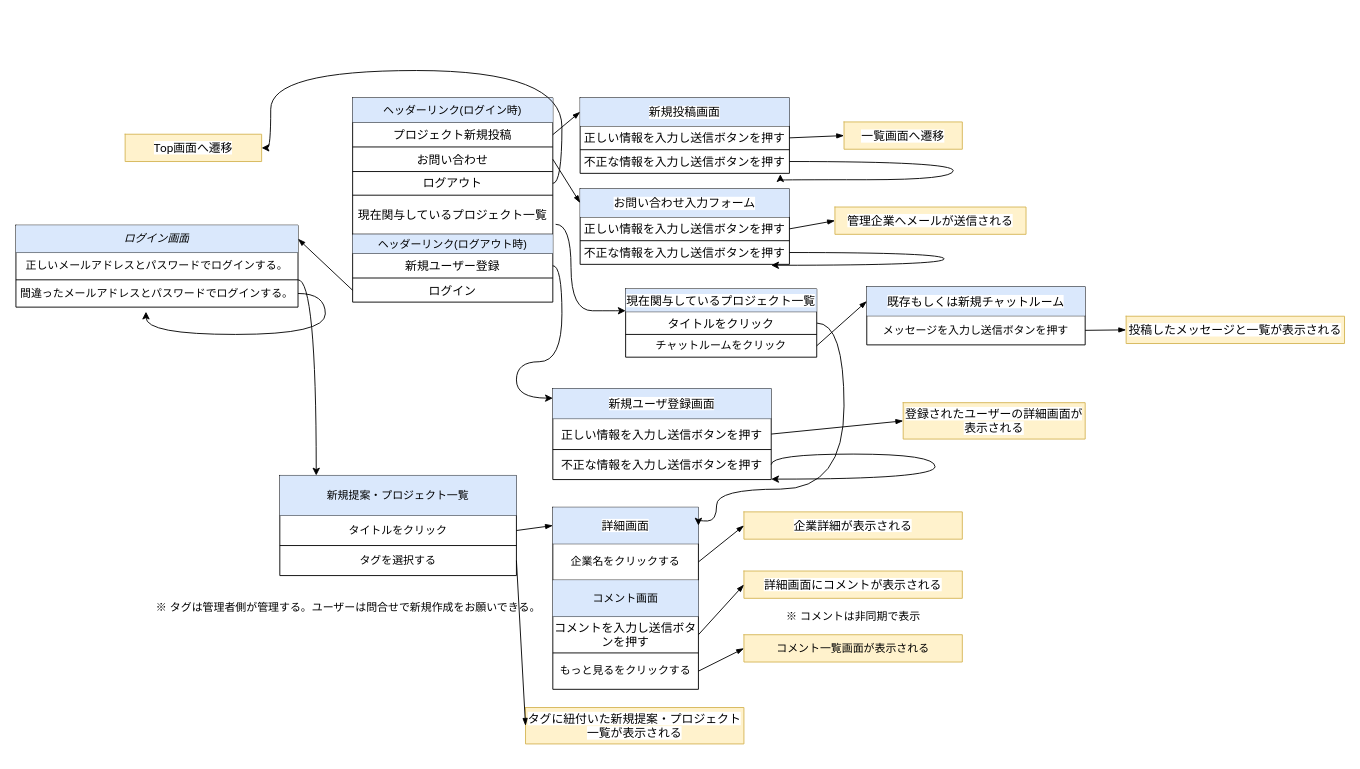
The draw.io diagram page "画面遷移図" (1 of 2) of 名称未設定ファイル.drawio in Sec-il-n/dic_guraduate_parts, before the edit. Source tidied: cells renumbered, new cells numbered last; positions are measured from the earlier drawing's top-left corner, leaving out a move shared by most shapes. Both pictures are drawn from the tidied source at 91%, with x=0, y=0 at pixel (15, 70).
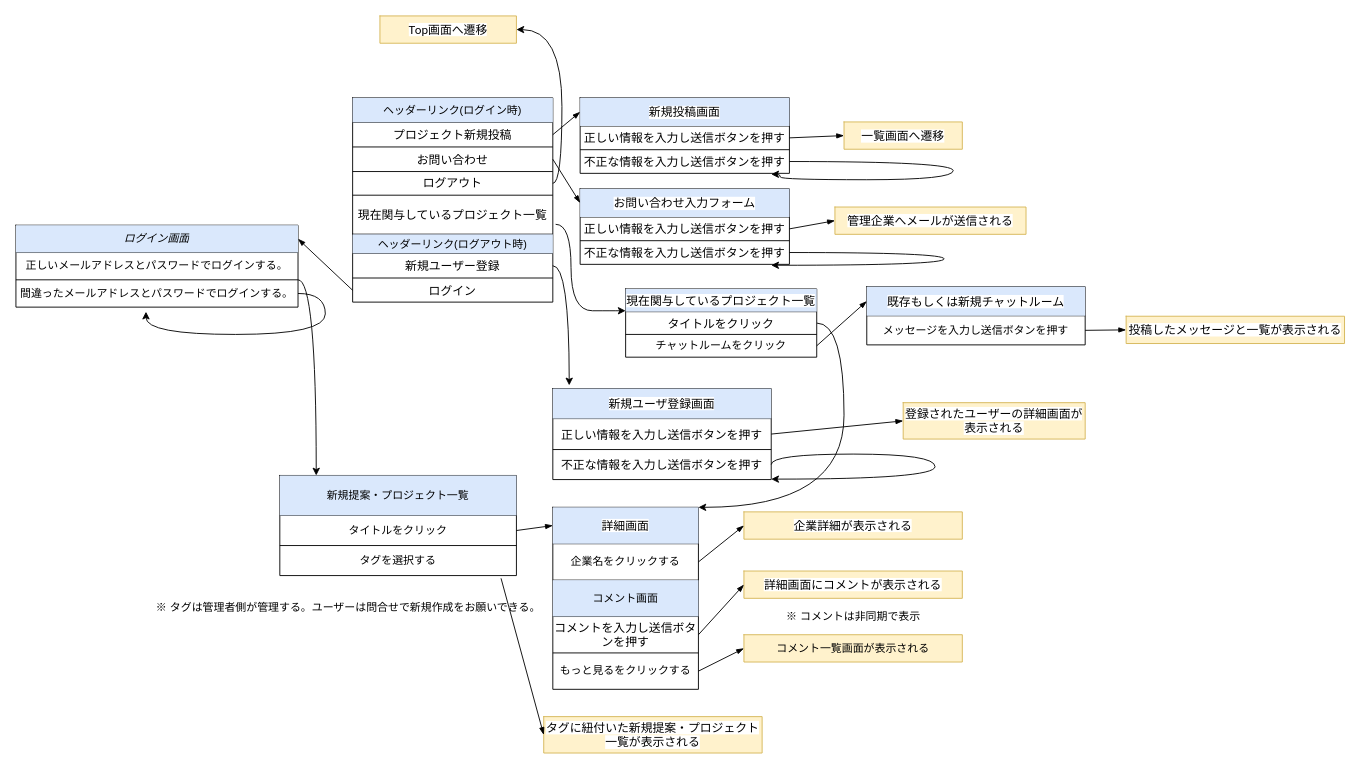
After the change.

Commit message (it also covers changes not shown here):
名称未設定ファイル.drawio を更新します

Unchanged cells that the change refers to:
```xml
<mxCell id="16" style="shape=partialRectangle;html=1;whiteSpace=wrap;fillColor=none;top=0;left=0;bottom=0;right=0;points=[[0,0.5],[1,0.5]];portConstraint=eastwest;" parent="11" vertex="1">
  <mxGeometry y="77" width="260" height="33" as="geometry" />
</mxCell>
<mxCell id="19" style="shape=partialRectangle;html=1;whiteSpace=wrap;fillColor=none;top=0;left=0;bottom=0;right=0;points=[[0,0.5],[1,0.5]];portConstraint=eastwest;" parent="18" vertex="1">
  <mxGeometry width="160" height="40" as="geometry" />
</mxCell>
<mxCell id="39" style="shape=partialRectangle;html=1;whiteSpace=wrap;fillColor=none;top=0;left=0;bottom=0;right=0;points=[[0,0.5],[1,0.5]];portConstraint=eastwest;" parent="32" vertex="1">
  <mxGeometry y="81" width="220" height="26" as="geometry" />
</mxCell>
<mxCell id="48" style="shape=partialRectangle;html=1;whiteSpace=wrap;fillColor=none;top=0;left=0;bottom=0;right=0;points=[[0,0.5],[1,0.5]];portConstraint=eastwest;" parent="43" vertex="1">
  <mxGeometry y="57" width="230" height="26" as="geometry" />
</mxCell>
<mxCell id="65" style="shape=partialRectangle;html=1;whiteSpace=wrap;fillColor=none;top=0;left=0;bottom=0;right=0;points=[[0,0.5],[1,0.5]];portConstraint=eastwest;" parent="64" vertex="1">
  <mxGeometry width="150" height="30" as="geometry" />
</mxCell>
<mxCell id="71" style="shape=partialRectangle;html=1;whiteSpace=wrap;fillColor=none;top=0;left=0;bottom=0;right=0;points=[[0,0.5],[1,0.5]];portConstraint=eastwest;" parent="68" vertex="1">
  <mxGeometry y="25" width="210" height="25" as="geometry" />
</mxCell>
<mxCell id="76" style="shape=partialRectangle;html=1;whiteSpace=wrap;fillColor=none;top=0;left=0;bottom=0;right=0;points=[[0,0.5],[1,0.5]];portConstraint=eastwest;" parent="75" vertex="1">
  <mxGeometry width="240" height="33" as="geometry" />
</mxCell>
<mxCell id="86" style="shape=partialRectangle;html=1;whiteSpace=wrap;fillColor=none;top=0;left=0;bottom=0;right=0;points=[[0,0.5],[1,0.5]];portConstraint=eastwest;" parent="85" vertex="1">
  <mxGeometry width="240" height="40" as="geometry" />
</mxCell>
<mxCell id="101" style="shape=partialRectangle;html=1;whiteSpace=wrap;fillColor=none;top=0;left=0;bottom=0;right=0;points=[[0,0.5],[1,0.5]];portConstraint=eastwest;" parent="98" vertex="1">
  <mxGeometry y="21" width="220" height="27" as="geometry" />
</mxCell>
```

Diff of the diagram source:
```diff
@@
     <mxCell id="64" style="shape=table;html=1;whiteSpace=wrap;startSize=0;childLayout=tableLayout;fillColor=#fff2cc;strokeColor=#d6b656;" parent="1" vertex="1">
-      <mxGeometry x="120" y="70" width="150" height="30" as="geometry" />
+      <mxGeometry x="400" y="-60" width="150" height="30" as="geometry" />
     </mxCell>
@@
-    <mxCell id="67" style="edgeStyle=orthogonalEdgeStyle;curved=1;jettySize=auto;html=1;exitX=1;exitY=0.5;exitDx=0;exitDy=0;entryX=1;entryY=0.5;entryDx=0;entryDy=0;" parent="1" edge="1" source="71" target="19">
+    <mxCell id="67" style="edgeStyle=orthogonalEdgeStyle;curved=1;jettySize=auto;html=1;exitX=1;exitY=0.5;exitDx=0;exitDy=0;" parent="1" edge="1" source="71" target="19">
       <mxGeometry relative="1" as="geometry">
         <Array as="points">
           <mxPoint x="910" y="278" />
-          <mxPoint x="910" y="460" />
-          <mxPoint x="770" y="460" />
-          <mxPoint x="770" y="495" />
-          <mxPoint x="750" y="495" />
+          <mxPoint x="910" y="480" />
         </Array>
       </mxGeometry>
     </mxCell>
@@
     <mxCell id="85" style="shape=table;html=1;whiteSpace=wrap;startSize=0;childLayout=tableLayout;fillColor=#fff2cc;strokeColor=#d6b656;" parent="1" vertex="1">
-      <mxGeometry x="560" y="700" width="240" height="40" as="geometry" />
+      <mxGeometry x="580" y="710" width="240" height="40" as="geometry" />
     </mxCell>
@@
-    <mxCell id="88" style="edgeStyle=none;jettySize=auto;html=1;exitX=0;exitY=0.5;exitDx=0;exitDy=0;entryX=1;entryY=0.5;entryDx=0;entryDy=0;startArrow=blockThin;startFill=1;endArrow=none;endFill=0;" parent="1" edge="1" source="86" target="16">
+    <mxCell id="88" style="edgeStyle=none;jettySize=auto;html=1;exitX=0;exitY=0.5;exitDx=0;exitDy=0;entryX=0.935;entryY=1.091;entryDx=0;entryDy=0;startArrow=blockThin;startFill=1;endArrow=none;endFill=0;entryPerimeter=0;" parent="1" edge="1" source="86" target="16">
       <mxGeometry relative="1" as="geometry" />
     </mxCell>
@@
     <mxCell id="95" style="edgeStyle=orthogonalEdgeStyle;curved=1;jettySize=auto;html=1;exitX=1;exitY=0.5;exitDx=0;exitDy=0;" parent="1" edge="1" source="48">
       <mxGeometry relative="1" as="geometry">
-        <mxPoint x="840" y="114" as="targetPoint" />
+        <mxPoint x="830" y="114" as="targetPoint" />
         <Array as="points">
           <mxPoint x="1030" y="100" />
           <mxPoint x="1030" y="120" />
           <mxPoint x="840" y="120" />
         </Array>
       </mxGeometry>
     </mxCell>
@@
     <mxCell id="105" style="edgeStyle=orthogonalEdgeStyle;jettySize=auto;html=1;curved=1;exitX=1;exitY=0.5;exitDx=0;exitDy=0;entryX=1;entryY=0.5;entryDx=0;entryDy=0;" parent="1" edge="1" source="39" target="65">
       <mxGeometry relative="1" as="geometry">
         <Array as="points">
           <mxPoint x="600" y="124" />
-          <mxPoint x="600" />
-          <mxPoint x="280" />
-          <mxPoint x="280" y="85" />
+          <mxPoint x="600" y="-45" />
         </Array>
       </mxGeometry>
     </mxCell>
@@
-    <mxCell id="107" style="edgeStyle=orthogonalEdgeStyle;jettySize=auto;html=1;curved=1;exitX=1;exitY=0.5;exitDx=0;exitDy=0;" parent="1" edge="1" source="101">
+    <mxCell id="107" style="edgeStyle=orthogonalEdgeStyle;jettySize=auto;html=1;curved=1;exitX=1;exitY=0.5;exitDx=0;exitDy=0;entryX=0.075;entryY=-0.106;entryDx=0;entryDy=0;entryPerimeter=0;" parent="1" edge="1" source="101" target="76">
       <mxGeometry relative="1" as="geometry">
-        <mxPoint x="590" y="360" as="targetPoint" />
         <Array as="points">
-          <mxPoint x="600" y="215" />
-          <mxPoint x="600" y="320" />
-          <mxPoint x="550" y="320" />
-          <mxPoint x="550" y="360" />
-          <mxPoint x="590" y="360" />
+          <mxPoint x="608" y="215" />
         </Array>
       </mxGeometry>
     </mxCell>
```
